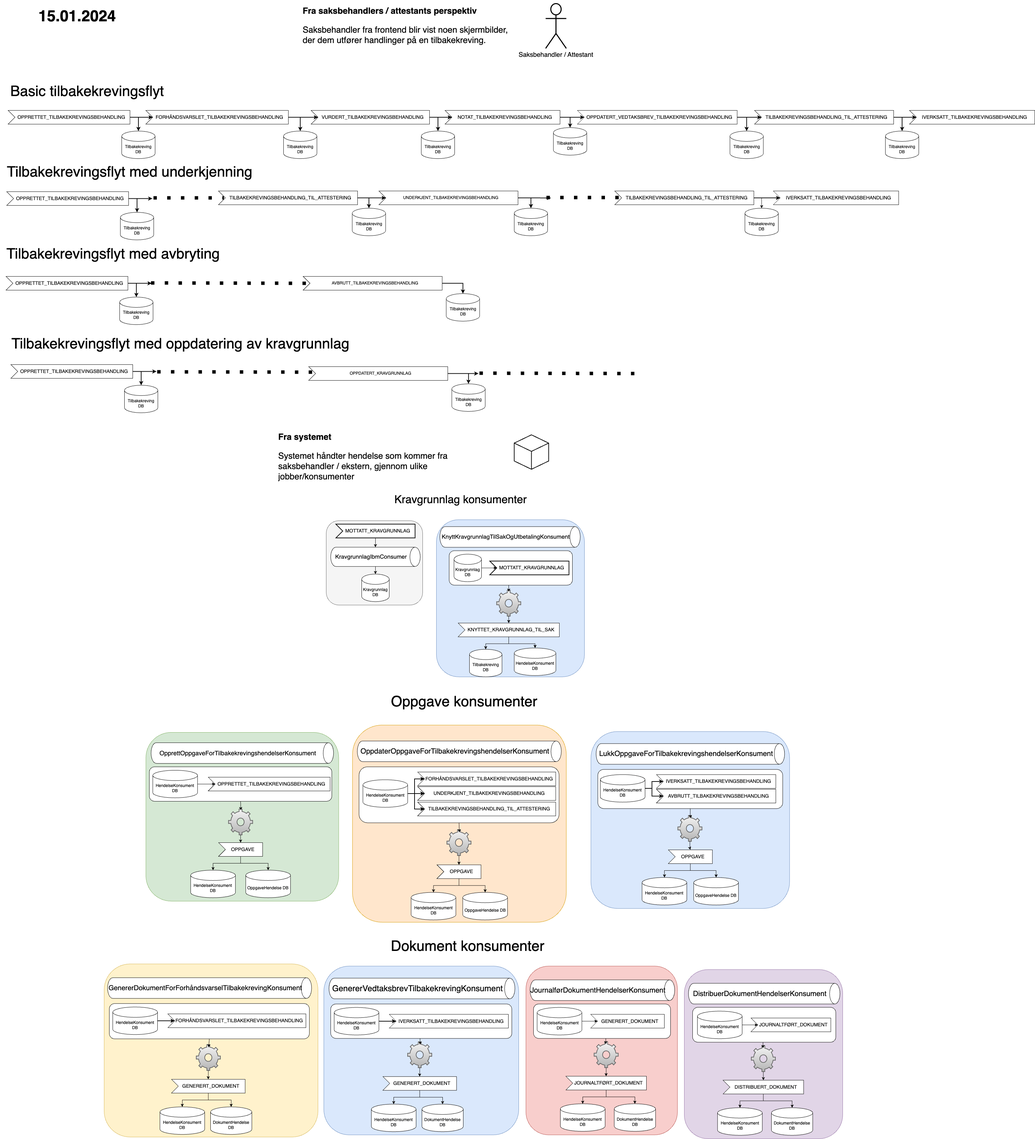
navikt/su-se-bakover keeps this draw.io diagram as tilbakekreving/tilbakekreving-diagram.png. Above is the earlier version. Source tidied: cells renumbered, new cells last; positions are measured from the earlier drawing's top-left corner, leaving out a move shared by most shapes.
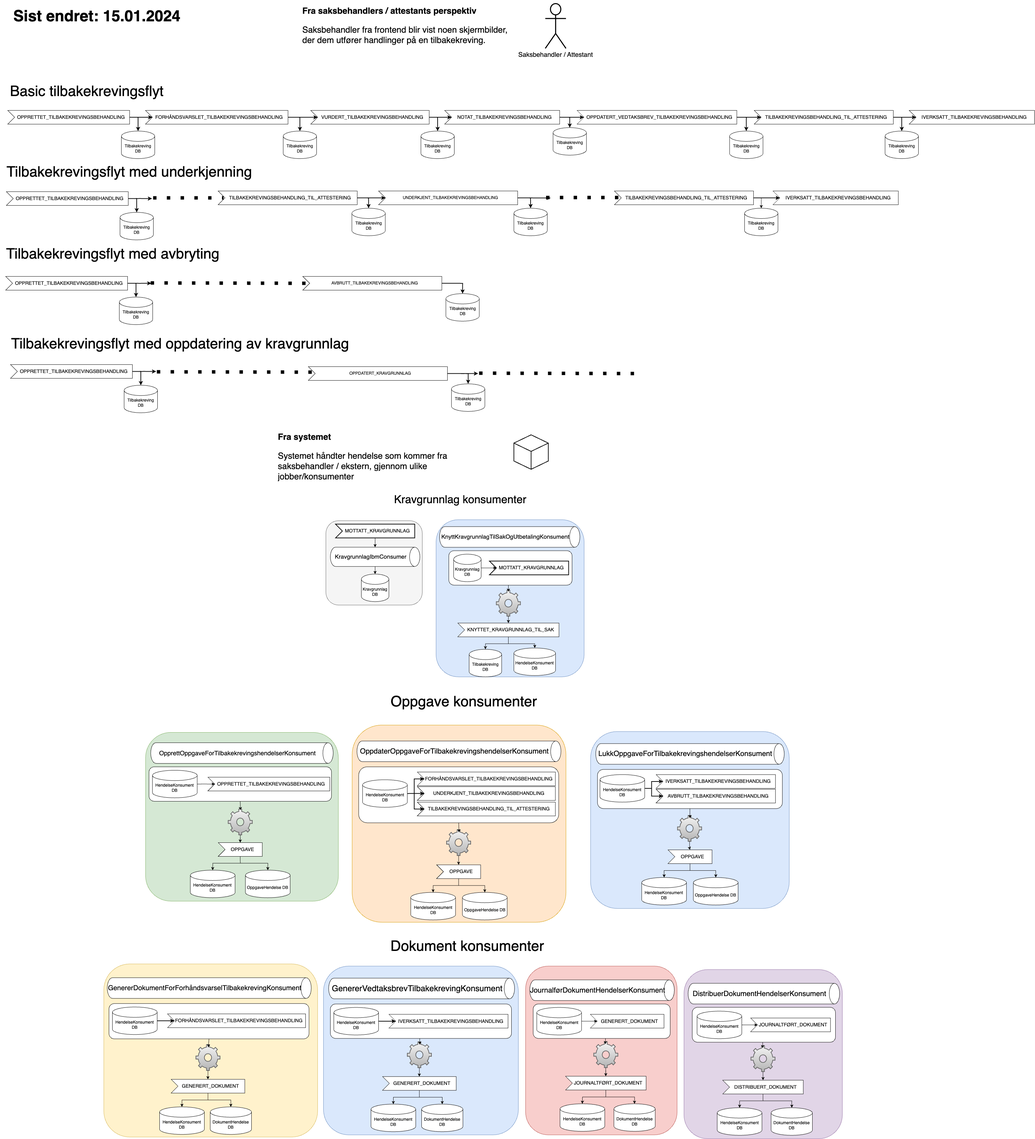
Above is the later version.

Commit message:
innhold til hvordan diagrammet kan endres

What changed in the source:
```diff
@@ -455,8 +455,8 @@
     <mxCell id="152" style="edgeStyle=orthogonalEdgeStyle;rounded=0;jettySize=auto;html=1;exitX=1;exitY=0.5;exitDx=0;exitDy=0;exitPerimeter=0;entryX=0;entryY=0;entryDx=20;entryDy=20;entryPerimeter=0;strokeWidth=2;" parent="1" edge="1" source="142" target="151">
       <mxGeometry relative="1" as="geometry" />
     </mxCell>
-    <mxCell id="153" value="15.01.2024" style="text;html=1;strokeColor=none;fillColor=none;align=center;verticalAlign=middle;whiteSpace=wrap;rounded=0;fontSize=45;fontStyle=1;" parent="1" vertex="1">
-      <mxGeometry x="105" y="20" width="238" height="30" as="geometry" />
+    <mxCell id="153" value="Sist endret: 15.01.2024" style="text;html=1;strokeColor=none;fillColor=none;align=center;verticalAlign=middle;whiteSpace=wrap;rounded=0;fontSize=45;fontStyle=1;" parent="1" vertex="1">
+      <mxGeometry x="25" y="20" width="515" height="30" as="geometry" />
     </mxCell>
     <mxCell id="154" value="HendelseKonsument DB" style="shape=cylinder3;whiteSpace=wrap;html=1;boundedLbl=1;backgroundOutline=1;size=15;" parent="1" vertex="1">
       <mxGeometry x="1493" y="1870.9" width="121" height="80" as="geometry" />
@@ -621,5 +621,8 @@
         <mxPoint x="1844" y="1074" as="targetPoint" />
       </mxGeometry>
     </mxCell>
+    <mxCell id="200" style="edgeStyle=orthogonalEdgeStyle;rounded=0;orthogonalLoop=1;jettySize=auto;html=1;exitX=0.5;exitY=1;exitDx=0;exitDy=0;" parent="1" edge="1" source="153" target="153">
+      <mxGeometry relative="1" as="geometry" />
+    </mxCell>
   </root>
 </mxGraphModel>
```
